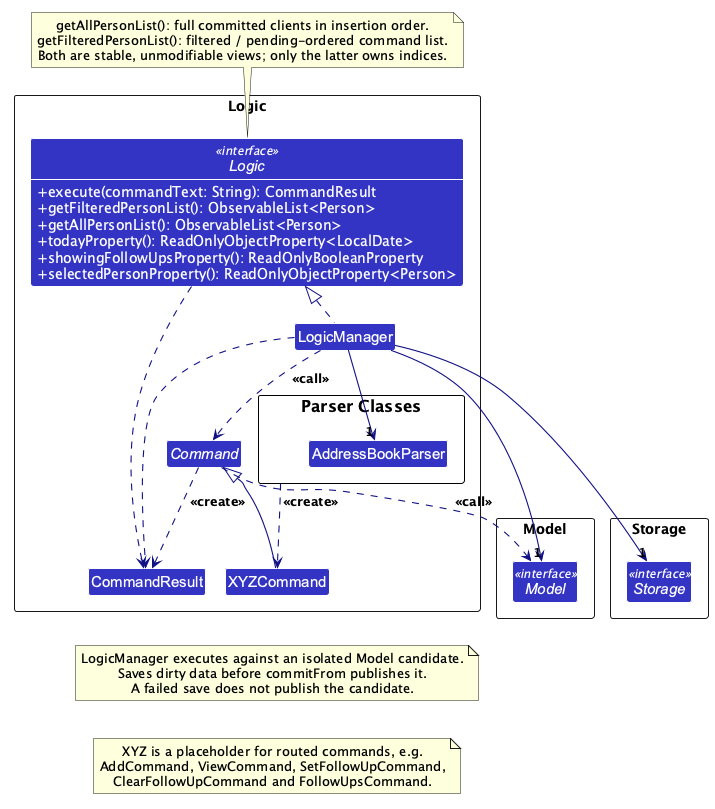
The PlantUML diagram docs/images/LogicClassDiagram.png in AY2627S1-CS2103T-W13-3/tp, before a commit. The source it was exported from:
```plantuml
@startuml
!include style.puml
!pragma layout smetana
skinparam arrowThickness 1.1
skinparam arrowColor LOGIC_COLOR_T4
skinparam classBackgroundColor LOGIC_COLOR
skinparam classAttributeIconSize 0
skinparam classAttributeFontColor #FFFFFF

package Logic as LogicPackage {
    interface Logic <<interface>> {
        + execute(commandText: String): CommandResult
        + getFilteredPersonList(): ObservableList<Person>
        + getAllPersonList(): ObservableList<Person>
        + todayProperty(): ReadOnlyObjectProperty<LocalDate>
        + showingFollowUpsProperty(): ReadOnlyBooleanProperty
        + selectedPersonProperty(): ReadOnlyObjectProperty<Person>
    }
    class LogicManager
    package "Parser Classes" as ParserClasses {
        class AddressBookParser
    }
    abstract class Command
    class XYZCommand
    class CommandResult
}

package Model as ModelPackage {
    interface Model <<interface>>
}

package Storage as StoragePackage {
    interface Storage <<interface>>
}

show Logic methods

LogicManager .up.|> Logic
LogicManager -down-> "1" AddressBookParser
ParserClasses ..> XYZCommand : <<create>>

XYZCommand -up-|> Command
LogicManager .down.> Command : <<call>>

LogicManager -down-> "1" Model
LogicManager -down-> "1" Storage
Command .down.> Model : <<call>>
Model -[hidden]right-> Storage

Logic ..> CommandResult
LogicManager ..> CommandResult
Command ..> CommandResult : <<create>>

note top of Logic
    getAllPersonList(): full committed clients in insertion order.
    getFilteredPersonList(): filtered / pending-ordered command list.
    Both are stable, unmodifiable views; only the latter owns indices.
end note

note as PublicationNote
    LogicManager executes against an isolated Model candidate.
    Saves dirty data before commitFrom publishes it.
    A failed save does not publish the candidate.
end note
XYZCommand -[hidden]down-> PublicationNote

note as CommandExamples
    XYZ is a placeholder for routed commands, e.g.
    AddCommand, ViewCommand, SetFollowUpCommand,
    ClearFollowUpCommand and FollowUpsCommand.
end note
PublicationNote -[hidden]down-> CommandExamples
@enduml
```
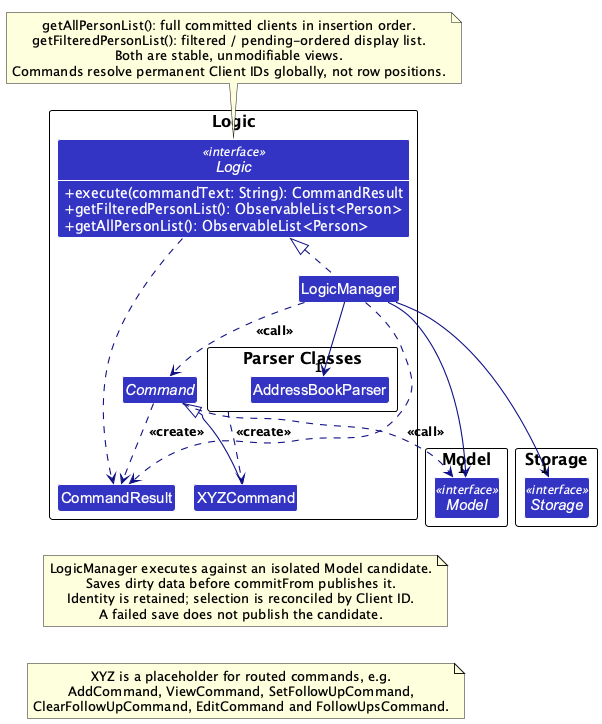
After the commit.

Commit message:
Document permanent targeting in the Logic overview

The filtered list no longer defines command targets in the planned
client-workflows bundle. Commands resolve permanent IDs globally.

Clarify display and committed feeds, keep three overview operations,
and describe identity-aware publication and routed editing. Regenerate
and inspect the assigned PNG while preserving the shared diagram style.

This documentation accompanies Gwen's model and command branches and
must be integrated with the complete client-workflows bundle.

The edit, as a diff of the source:
```diff
@@ -12,9 +12,6 @@
         + execute(commandText: String): CommandResult
         + getFilteredPersonList(): ObservableList<Person>
         + getAllPersonList(): ObservableList<Person>
-        + todayProperty(): ReadOnlyObjectProperty<LocalDate>
-        + showingFollowUpsProperty(): ReadOnlyBooleanProperty
-        + selectedPersonProperty(): ReadOnlyObjectProperty<Person>
     }
     class LogicManager
     package "Parser Classes" as ParserClasses {
@@ -53,13 +50,15 @@
 
 note top of Logic
     getAllPersonList(): full committed clients in insertion order.
-    getFilteredPersonList(): filtered / pending-ordered command list.
-    Both are stable, unmodifiable views; only the latter owns indices.
+    getFilteredPersonList(): filtered / pending-ordered display list.
+    Both are stable, unmodifiable views.
+    Commands resolve permanent Client IDs globally, not row positions.
 end note
 
 note as PublicationNote
     LogicManager executes against an isolated Model candidate.
     Saves dirty data before commitFrom publishes it.
+    Identity is retained; selection is reconciled by Client ID.
     A failed save does not publish the candidate.
 end note
 XYZCommand -[hidden]down-> PublicationNote
@@ -67,7 +66,7 @@
 note as CommandExamples
     XYZ is a placeholder for routed commands, e.g.
     AddCommand, ViewCommand, SetFollowUpCommand,
-    ClearFollowUpCommand and FollowUpsCommand.
+    ClearFollowUpCommand, EditCommand and FollowUpsCommand.
 end note
 PublicationNote -[hidden]down-> CommandExamples
 @enduml
```
